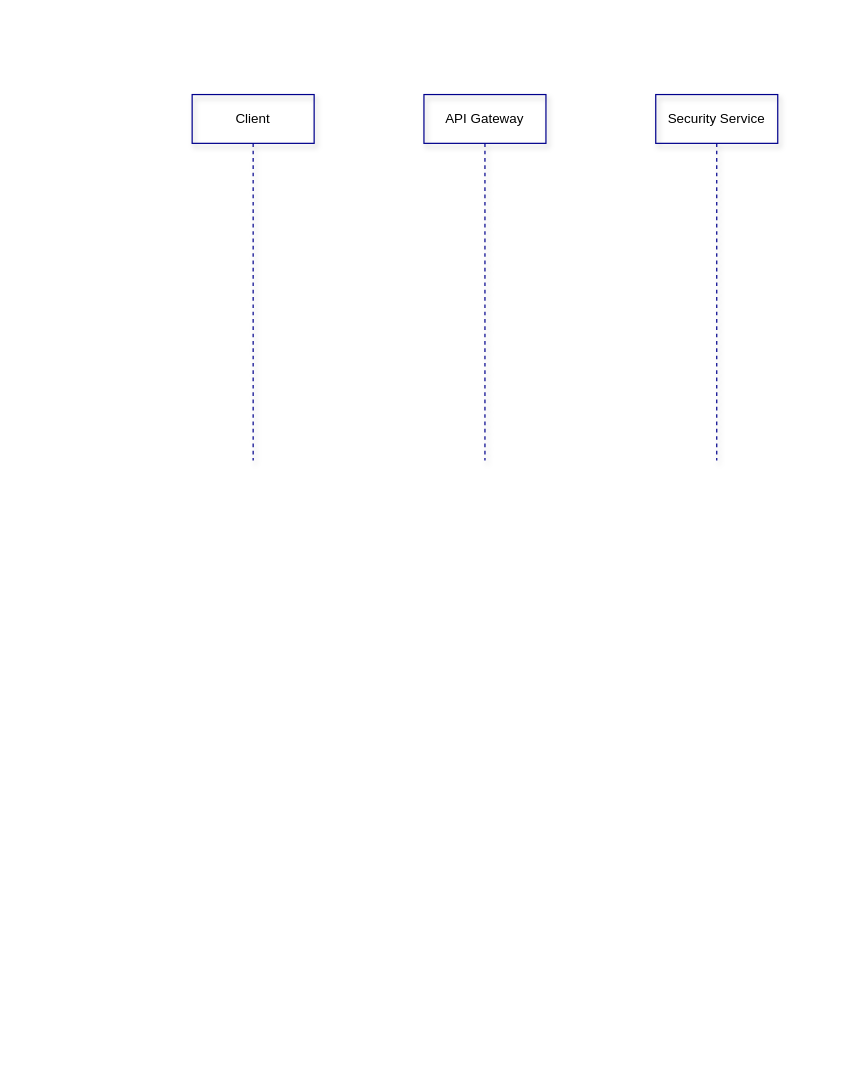
The draw.io diagram page "Authentication Sesion" (3 of 3) of Target_Architecture.drawio in whalebig27/change-request-process-diagram, before the edit. Source tidied: cells renumbered, new cells numbered last; positions are measured from the earlier drawing's top-left corner, leaving out a move shared by most shapes. Both pictures are drawn from the tidied source at 122%, with x=0, y=0 at pixel (192, 94).
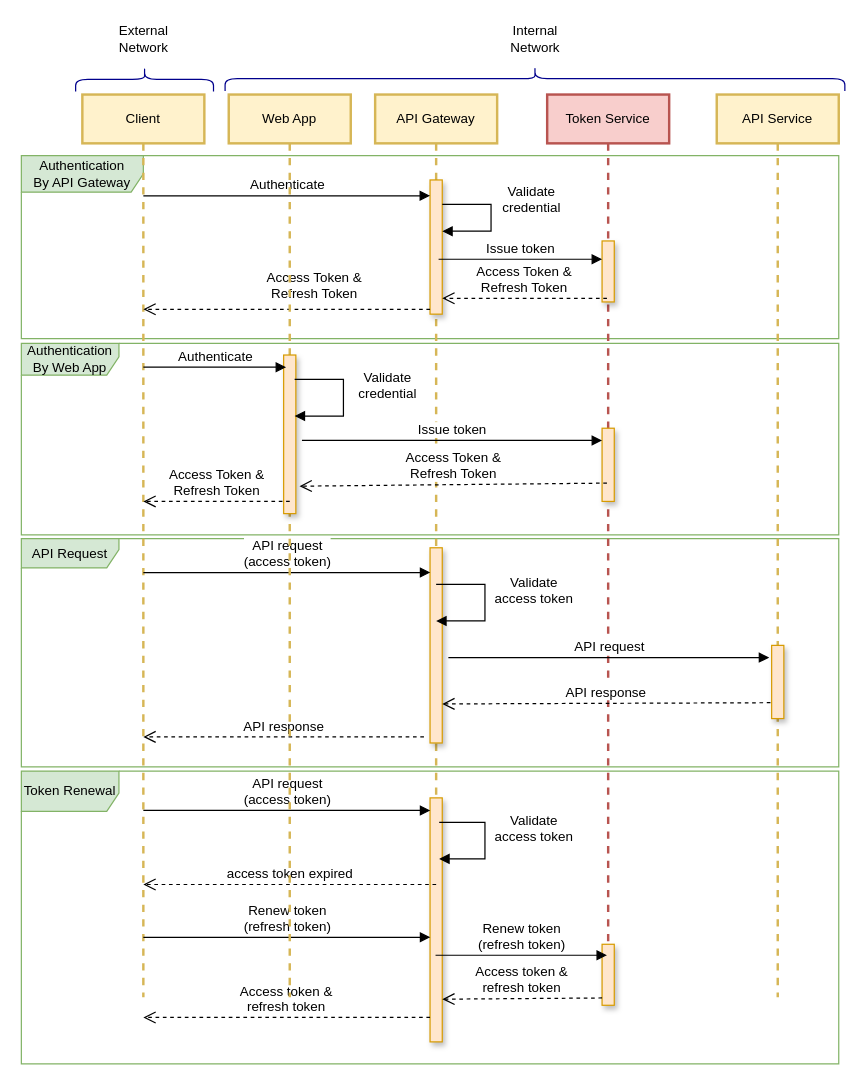
After the change.

The edit, as a diff of the source:
```diff
@@
+    <mxCell id="5" value="Authentication By Web App" style="shape=umlFrame;whiteSpace=wrap;html=1;shadow=0;strokeColor=#82b366;strokeWidth=1;fillColor=#d5e8d4;fontSize=11;align=center;width=80;height=26;" parent="1" vertex="1">
+      <mxGeometry x="-140" y="204" width="670" height="157" as="geometry" />
+    </mxCell>
+    <mxCell id="6" value="Authentication&lt;br&gt;By API Gateway&lt;br&gt;" style="shape=umlFrame;whiteSpace=wrap;html=1;shadow=0;strokeColor=#82b366;strokeWidth=1;fillColor=#d5e8d4;fontSize=11;align=center;width=100;height=30;" parent="1" vertex="1">
+      <mxGeometry x="-140" y="50" width="670" height="150" as="geometry" />
+    </mxCell>
+    <mxCell id="7" value="Token Renewal" style="shape=umlFrame;whiteSpace=wrap;html=1;shadow=0;strokeColor=#82b366;strokeWidth=1;fillColor=#d5e8d4;fontSize=11;align=center;width=80;height=33;" parent="1" vertex="1">
+      <mxGeometry x="-140" y="554.5" width="670" height="240" as="geometry" />
+    </mxCell>
+    <mxCell id="8" value="API Request" style="shape=umlFrame;whiteSpace=wrap;html=1;shadow=0;strokeColor=#82b366;strokeWidth=1;fillColor=#d5e8d4;fontSize=11;align=center;width=80;height=24;" parent="1" vertex="1">
+      <mxGeometry x="-140" y="364" width="670" height="187" as="geometry" />
+    </mxCell>
-    <mxCell id="2" value="API Gateway" style="shape=umlLifeline;perimeter=lifelinePerimeter;whiteSpace=wrap;html=1;shadow=1;strokeColor=#00008C;strokeWidth=1;fillColor=none;fontSize=11;fontColor=#000000;align=center;" parent="1" vertex="1">
-      <mxGeometry x="190" width="100" height="300" as="geometry" />
+    <mxCell id="2" value="API Gateway" style="shape=umlLifeline;perimeter=lifelinePerimeter;whiteSpace=wrap;html=1;shadow=0;strokeColor=#d6b656;strokeWidth=2;fillColor=#fff2cc;fontSize=11;align=center;perimeterSpacing=0;" parent="1" vertex="1">
+      <mxGeometry x="150" width="100" height="740" as="geometry" />
     </mxCell>
+    <mxCell id="9" style="html=1;perimeter=orthogonalPerimeter;shadow=1;strokeColor=#d79b00;strokeWidth=1;fillColor=#ffe6cc;fontSize=11;align=center;" parent="2" vertex="1">
+      <mxGeometry x="45" y="70" width="10" height="110" as="geometry" />
+    </mxCell>
+    <mxCell id="10" style="html=1;perimeter=orthogonalPerimeter;shadow=1;strokeColor=#d79b00;strokeWidth=1;fillColor=#ffe6cc;fontSize=11;align=center;" parent="2" vertex="1">
+      <mxGeometry x="45" y="576.5" width="10" height="200" as="geometry" />
+    </mxCell>
-    <mxCell id="3" value="Client" style="shape=umlLifeline;perimeter=lifelinePerimeter;whiteSpace=wrap;html=1;shadow=1;strokeColor=#00008C;strokeWidth=1;fillColor=none;fontSize=11;fontColor=#000000;align=center;" parent="1" vertex="1">
-      <mxGeometry width="100" height="300" as="geometry" />
+    <mxCell id="3" value="Client" style="shape=umlLifeline;perimeter=lifelinePerimeter;whiteSpace=wrap;html=1;shadow=0;strokeColor=#d6b656;strokeWidth=2;fillColor=#fff2cc;fontSize=11;align=center;perimeterSpacing=0;" parent="1" vertex="1">
+      <mxGeometry x="-90" width="100" height="740" as="geometry" />
     </mxCell>
-    <mxCell id="4" value="Security Service" style="shape=umlLifeline;perimeter=lifelinePerimeter;whiteSpace=wrap;html=1;shadow=1;strokeColor=#00008C;strokeWidth=1;fillColor=none;fontSize=11;fontColor=#000000;align=center;" parent="1" vertex="1">
-      <mxGeometry x="380" width="100" height="300" as="geometry" />
+    <mxCell id="4" value="Token Service" style="shape=umlLifeline;perimeter=lifelinePerimeter;whiteSpace=wrap;html=1;shadow=0;strokeColor=#b85450;strokeWidth=2;fillColor=#f8cecc;fontSize=11;align=center;perimeterSpacing=0;" parent="1" vertex="1">
+      <mxGeometry x="291" width="100" height="740" as="geometry" />
     </mxCell>
+    <mxCell id="11" style="html=1;perimeter=orthogonalPerimeter;shadow=1;strokeColor=#d79b00;strokeWidth=1;fillColor=#ffe6cc;fontSize=11;align=center;" parent="4" vertex="1">
+      <mxGeometry x="45" y="120" width="10" height="50" as="geometry" />
+    </mxCell>
+    <mxCell id="12" style="html=1;perimeter=orthogonalPerimeter;shadow=1;strokeColor=#d79b00;strokeWidth=1;fillColor=#ffe6cc;fontSize=11;align=center;" parent="4" vertex="1">
+      <mxGeometry x="45" y="696.5" width="10" height="50" as="geometry" />
+    </mxCell>
+    <mxCell id="13" style="html=1;points=[];perimeter=orthogonalPerimeter;shadow=1;strokeColor=#d79b00;strokeWidth=1;fillColor=#ffe6cc;fontSize=11;align=center;" parent="4" vertex="1">
+      <mxGeometry x="45" y="273.5" width="10" height="60" as="geometry" />
+    </mxCell>
+    <mxCell id="14" value="Authenticate" style="html=1;verticalAlign=bottom;endArrow=block;strokeColor=#000000;fontSize=11;fontColor=#000000;entryX=0;entryY=0.125;entryDx=0;entryDy=0;entryPerimeter=0;" parent="1" edge="1">
+      <mxGeometry relative="1" as="geometry">
+        <mxPoint x="-40" y="83" as="sourcePoint" />
+        <mxPoint x="195" y="83" as="targetPoint" />
+      </mxGeometry>
+    </mxCell>
+    <mxCell id="15" value="Issue token" style="html=1;verticalAlign=bottom;endArrow=block;strokeColor=#000000;fontSize=11;fontColor=#000000;" parent="1" edge="1">
+      <mxGeometry relative="1" as="geometry">
+        <mxPoint x="202" y="135" as="sourcePoint" />
+        <mxPoint x="336" y="135" as="targetPoint" />
+      </mxGeometry>
+    </mxCell>
+    <mxCell id="16" value="Access Token &amp;amp; &lt;br&gt;Refresh Token" style="html=1;verticalAlign=bottom;endArrow=open;dashed=1;endSize=8;strokeColor=#000000;fontSize=11;fontColor=#000000;" parent="1" edge="1">
+      <mxGeometry relative="1" as="geometry">
+        <mxPoint x="340" y="167" as="sourcePoint" />
+        <mxPoint x="205" y="167" as="targetPoint" />
+      </mxGeometry>
+    </mxCell>
+    <mxCell id="17" value="Access Token &amp;amp; &lt;br&gt;Refresh Token" style="html=1;verticalAlign=bottom;endArrow=open;dashed=1;endSize=8;strokeColor=#000000;fontSize=11;fontColor=#000000;" parent="1" edge="1">
+      <mxGeometry x="-0.19" y="-4" relative="1" as="geometry">
+        <mxPoint x="195" y="176" as="sourcePoint" />
+        <mxPoint x="-40" y="176" as="targetPoint" />
+      </mxGeometry>
+    </mxCell>
+    <mxCell id="18" style="html=1;perimeter=orthogonalPerimeter;shadow=1;strokeColor=#d79b00;strokeWidth=1;fillColor=#ffe6cc;fontSize=11;align=center;" parent="1" vertex="1">
+      <mxGeometry x="195" y="371.5" width="10" height="160" as="geometry" />
+    </mxCell>
+    <mxCell id="19" value="API request&lt;br&gt;(access token)&lt;br&gt;" style="html=1;verticalAlign=bottom;endArrow=block;strokeColor=#000000;fontSize=11;fontColor=#000000;entryX=0;entryY=0.125;entryDx=0;entryDy=0;entryPerimeter=0;" parent="1" edge="1">
+      <mxGeometry relative="1" as="geometry">
+        <mxPoint x="-40" y="391.8" as="sourcePoint" />
+        <mxPoint x="195.2" y="391.8" as="targetPoint" />
+      </mxGeometry>
+    </mxCell>
+    <mxCell id="20" value="Validate &lt;br&gt;access token" style="html=1;verticalAlign=bottom;endArrow=block;strokeColor=#000000;fontSize=11;fontColor=#000000;edgeStyle=orthogonalEdgeStyle;rounded=0;" parent="1" edge="1">
+      <mxGeometry x="0.27" y="-41" relative="1" as="geometry">
+        <mxPoint x="200" y="401.5" as="sourcePoint" />
+        <mxPoint x="200" y="431.5" as="targetPoint" />
+        <Array as="points">
+          <mxPoint x="240" y="401.5" />
+          <mxPoint x="240" y="431.5" />
+        </Array>
+        <mxPoint x="40" y="31" as="offset" />
+      </mxGeometry>
+    </mxCell>
+    <mxCell id="21" value="API Service" style="shape=umlLifeline;perimeter=lifelinePerimeter;whiteSpace=wrap;html=1;shadow=0;strokeColor=#d6b656;strokeWidth=2;fillColor=#fff2cc;fontSize=11;align=center;perimeterSpacing=0;" parent="1" vertex="1">
+      <mxGeometry x="430" width="100" height="740" as="geometry" />
+    </mxCell>
+    <mxCell id="22" style="html=1;perimeter=orthogonalPerimeter;shadow=1;strokeColor=#d79b00;strokeWidth=1;fillColor=#ffe6cc;fontSize=11;align=center;" parent="21" vertex="1">
+      <mxGeometry x="45" y="451.5" width="10" height="60" as="geometry" />
+    </mxCell>
+    <mxCell id="23" value="API request&lt;br&gt;" style="html=1;verticalAlign=bottom;endArrow=block;strokeColor=#000000;fontSize=11;fontColor=#000000;" parent="1" edge="1">
+      <mxGeometry relative="1" as="geometry">
+        <mxPoint x="210" y="461.5" as="sourcePoint" />
+        <mxPoint x="473" y="461.5" as="targetPoint" />
+      </mxGeometry>
+    </mxCell>
+    <mxCell id="24" value="API response" style="html=1;verticalAlign=bottom;endArrow=open;dashed=1;endSize=8;strokeColor=#000000;fontSize=11;fontColor=#000000;exitX=-0.1;exitY=0.65;exitDx=0;exitDy=0;exitPerimeter=0;" parent="1" edge="1">
+      <mxGeometry relative="1" as="geometry">
+        <mxPoint x="474" y="498.5" as="sourcePoint" />
+        <mxPoint x="205" y="499.5" as="targetPoint" />
+      </mxGeometry>
+    </mxCell>
+    <mxCell id="25" value="API response" style="html=1;verticalAlign=bottom;endArrow=open;dashed=1;endSize=8;strokeColor=#000000;fontSize=11;fontColor=#000000;" parent="1" edge="1">
+      <mxGeometry relative="1" as="geometry">
+        <mxPoint x="190" y="526.5" as="sourcePoint" />
+        <mxPoint x="-40" y="526.5" as="targetPoint" />
+      </mxGeometry>
+    </mxCell>
+    <mxCell id="26" value="API request&lt;br&gt;(access token)&lt;br&gt;" style="html=1;verticalAlign=bottom;endArrow=block;strokeColor=#000000;fontSize=11;fontColor=#000000;entryX=0;entryY=0.125;entryDx=0;entryDy=0;entryPerimeter=0;" parent="1" edge="1">
+      <mxGeometry relative="1" as="geometry">
+        <mxPoint x="-40" y="586.8" as="sourcePoint" />
+        <mxPoint x="195.2" y="586.8" as="targetPoint" />
+      </mxGeometry>
+    </mxCell>
+    <mxCell id="27" value="Validate &lt;br&gt;access token" style="html=1;verticalAlign=bottom;endArrow=block;strokeColor=#000000;fontSize=11;fontColor=#000000;edgeStyle=orthogonalEdgeStyle;rounded=0;" parent="1" edge="1">
+      <mxGeometry x="0.29" y="-41" relative="1" as="geometry">
+        <mxPoint x="202.5" y="596.5" as="sourcePoint" />
+        <mxPoint x="202.5" y="626.5" as="targetPoint" />
+        <Array as="points">
+          <mxPoint x="240" y="596.5" />
+          <mxPoint x="240" y="626.5" />
+        </Array>
+        <mxPoint x="40" y="31" as="offset" />
+      </mxGeometry>
+    </mxCell>
+    <mxCell id="28" value="access token expired" style="html=1;verticalAlign=bottom;endArrow=open;dashed=1;endSize=8;strokeColor=#000000;fontSize=11;fontColor=#000000;" parent="1" edge="1">
+      <mxGeometry relative="1" as="geometry">
+        <mxPoint x="200" y="647.5" as="sourcePoint" />
+        <mxPoint x="-40" y="647.5" as="targetPoint" />
+      </mxGeometry>
+    </mxCell>
+    <mxCell id="29" value="Renew token&lt;br&gt;(refresh token)&lt;br&gt;" style="html=1;verticalAlign=bottom;endArrow=block;strokeColor=#000000;fontSize=11;fontColor=#000000;entryX=0;entryY=0.125;entryDx=0;entryDy=0;entryPerimeter=0;" parent="1" edge="1">
+      <mxGeometry relative="1" as="geometry">
+        <mxPoint x="-40" y="690.8" as="sourcePoint" />
+        <mxPoint x="195.2" y="690.8" as="targetPoint" />
+      </mxGeometry>
+    </mxCell>
+    <mxCell id="30" value="Renew token&lt;br&gt;(refresh token)&lt;br&gt;" style="html=1;verticalAlign=bottom;endArrow=block;strokeColor=#000000;fontSize=11;fontColor=#000000;" parent="1" edge="1">
+      <mxGeometry relative="1" as="geometry">
+        <mxPoint x="199.5" y="705.5" as="sourcePoint" />
+        <mxPoint x="340" y="705.5" as="targetPoint" />
+      </mxGeometry>
+    </mxCell>
+    <mxCell id="31" value="Access token &amp;amp;&lt;br&gt;refresh token&lt;br&gt;" style="html=1;verticalAlign=bottom;endArrow=open;dashed=1;endSize=8;strokeColor=#000000;fontSize=11;fontColor=#000000;exitX=0;exitY=0.84;exitDx=0;exitDy=0;exitPerimeter=0;entryX=1;entryY=0.709;entryDx=0;entryDy=0;entryPerimeter=0;" parent="1" edge="1">
+      <mxGeometry relative="1" as="geometry">
+        <mxPoint x="336" y="740.5" as="sourcePoint" />
+        <mxPoint x="205" y="741.5" as="targetPoint" />
+      </mxGeometry>
+    </mxCell>
+    <mxCell id="32" value="Access token &amp;amp;&lt;br&gt;refresh token&lt;br&gt;" style="html=1;verticalAlign=bottom;endArrow=open;dashed=1;endSize=8;strokeColor=#000000;fontSize=11;fontColor=#000000;exitX=0;exitY=0.84;exitDx=0;exitDy=0;exitPerimeter=0;" parent="1" edge="1">
+      <mxGeometry relative="1" as="geometry">
+        <mxPoint x="195" y="756.5" as="sourcePoint" />
+        <mxPoint x="-40" y="756.5" as="targetPoint" />
+      </mxGeometry>
+    </mxCell>
+    <mxCell id="33" value="Web App" style="shape=umlLifeline;perimeter=lifelinePerimeter;whiteSpace=wrap;html=1;shadow=0;strokeColor=#d6b656;strokeWidth=2;fillColor=#fff2cc;fontSize=11;align=center;perimeterSpacing=0;" parent="1" vertex="1">
+      <mxGeometry x="30" width="100" height="740" as="geometry" />
+    </mxCell>
+    <mxCell id="34" style="html=1;perimeter=orthogonalPerimeter;shadow=1;strokeColor=#d79b00;strokeWidth=1;fillColor=#ffe6cc;fontSize=11;align=center;" parent="33" vertex="1">
+      <mxGeometry x="45" y="213.5" width="10" height="130" as="geometry" />
+    </mxCell>
+    <mxCell id="35" value="Authenticate" style="html=1;verticalAlign=bottom;endArrow=block;strokeColor=#000000;fontSize=11;fontColor=#000000;" parent="1" edge="1">
+      <mxGeometry relative="1" as="geometry">
+        <mxPoint x="-40" y="223.5" as="sourcePoint" />
+        <mxPoint x="77" y="223.5" as="targetPoint" />
+      </mxGeometry>
+    </mxCell>
+    <mxCell id="36" value="Validate &lt;br&gt;credential" style="html=1;verticalAlign=bottom;endArrow=block;strokeColor=#000000;fontSize=11;fontColor=#000000;edgeStyle=orthogonalEdgeStyle;rounded=0;" parent="1" edge="1">
+      <mxGeometry x="0.27" y="-37" relative="1" as="geometry">
+        <mxPoint x="84" y="233.5" as="sourcePoint" />
+        <mxPoint x="84" y="263.5" as="targetPoint" />
+        <Array as="points">
+          <mxPoint x="124" y="233.5" />
+          <mxPoint x="124" y="263.5" />
+        </Array>
+        <mxPoint x="36" y="27" as="offset" />
+      </mxGeometry>
+    </mxCell>
+    <mxCell id="37" value="Issue token" style="html=1;verticalAlign=bottom;endArrow=block;strokeColor=#000000;fontSize=11;fontColor=#000000;" parent="1" edge="1" target="13">
+      <mxGeometry relative="1" as="geometry">
+        <mxPoint x="90" y="283.5" as="sourcePoint" />
+      </mxGeometry>
+    </mxCell>
+    <mxCell id="38" value="Access Token &amp;amp; &lt;br&gt;Refresh Token" style="html=1;verticalAlign=bottom;endArrow=open;dashed=1;endSize=8;strokeColor=#000000;fontSize=11;fontColor=#000000;entryX=1.3;entryY=0.792;entryDx=0;entryDy=0;entryPerimeter=0;" parent="1" edge="1">
+      <mxGeometry relative="1" as="geometry">
+        <mxPoint x="340" y="318.5" as="sourcePoint" />
+        <mxPoint x="88" y="321" as="targetPoint" />
+      </mxGeometry>
+    </mxCell>
+    <mxCell id="39" value="Access Token &amp;amp; &lt;br&gt;Refresh Token" style="html=1;verticalAlign=bottom;endArrow=open;dashed=1;endSize=8;strokeColor=#000000;fontSize=11;fontColor=#000000;entryX=1.4;entryY=0.842;entryDx=0;entryDy=0;entryPerimeter=0;" parent="1" edge="1">
+      <mxGeometry relative="1" as="geometry">
+        <mxPoint x="80" y="333.5" as="sourcePoint" />
+        <mxPoint x="-40" y="333.5" as="targetPoint" />
+      </mxGeometry>
+    </mxCell>
+    <mxCell id="40" value="Validate &lt;br&gt;credential" style="html=1;verticalAlign=bottom;endArrow=block;strokeColor=#000000;fontSize=11;fontColor=#000000;edgeStyle=orthogonalEdgeStyle;rounded=0;" parent="1" edge="1">
+      <mxGeometry x="0.27" y="-37" relative="1" as="geometry">
+        <mxPoint x="205" y="90" as="sourcePoint" />
+        <mxPoint x="205" y="112" as="targetPoint" />
+        <Array as="points">
+          <mxPoint x="245" y="90" />
+          <mxPoint x="245" y="112" />
+        </Array>
+        <mxPoint x="36" y="27" as="offset" />
+      </mxGeometry>
+    </mxCell>
+    <mxCell id="41" style="shape=curlyBracket;whiteSpace=wrap;html=1;rounded=1;shadow=0;strokeColor=#00008C;strokeWidth=1;fillColor=none;fontSize=11;fontColor=#000000;align=center;rotation=90;" parent="1" vertex="1">
+      <mxGeometry x="271" y="-267" width="20" height="508" as="geometry" />
+    </mxCell>
+    <mxCell id="42" style="shape=curlyBracket;whiteSpace=wrap;html=1;rounded=1;shadow=0;strokeColor=#00008C;strokeWidth=1;fillColor=none;fontSize=11;fontColor=#000000;align=center;rotation=90;" parent="1" vertex="1">
+      <mxGeometry x="-49" y="-69" width="20" height="113" as="geometry" />
+    </mxCell>
+    <mxCell id="43" value="External Network" style="text;html=1;strokeColor=none;fillColor=none;align=center;verticalAlign=middle;whiteSpace=wrap;rounded=0;shadow=0;fontSize=11;fontColor=#000000;" parent="1" vertex="1">
+      <mxGeometry x="-59" y="-60" width="39" height="30" as="geometry" />
+    </mxCell>
+    <mxCell id="44" value="Internal Network" style="text;html=1;strokeColor=none;fillColor=none;align=center;verticalAlign=middle;whiteSpace=wrap;rounded=0;shadow=0;fontSize=11;fontColor=#000000;" parent="1" vertex="1">
+      <mxGeometry x="261.5" y="-60" width="39" height="30" as="geometry" />
+    </mxCell>
```
